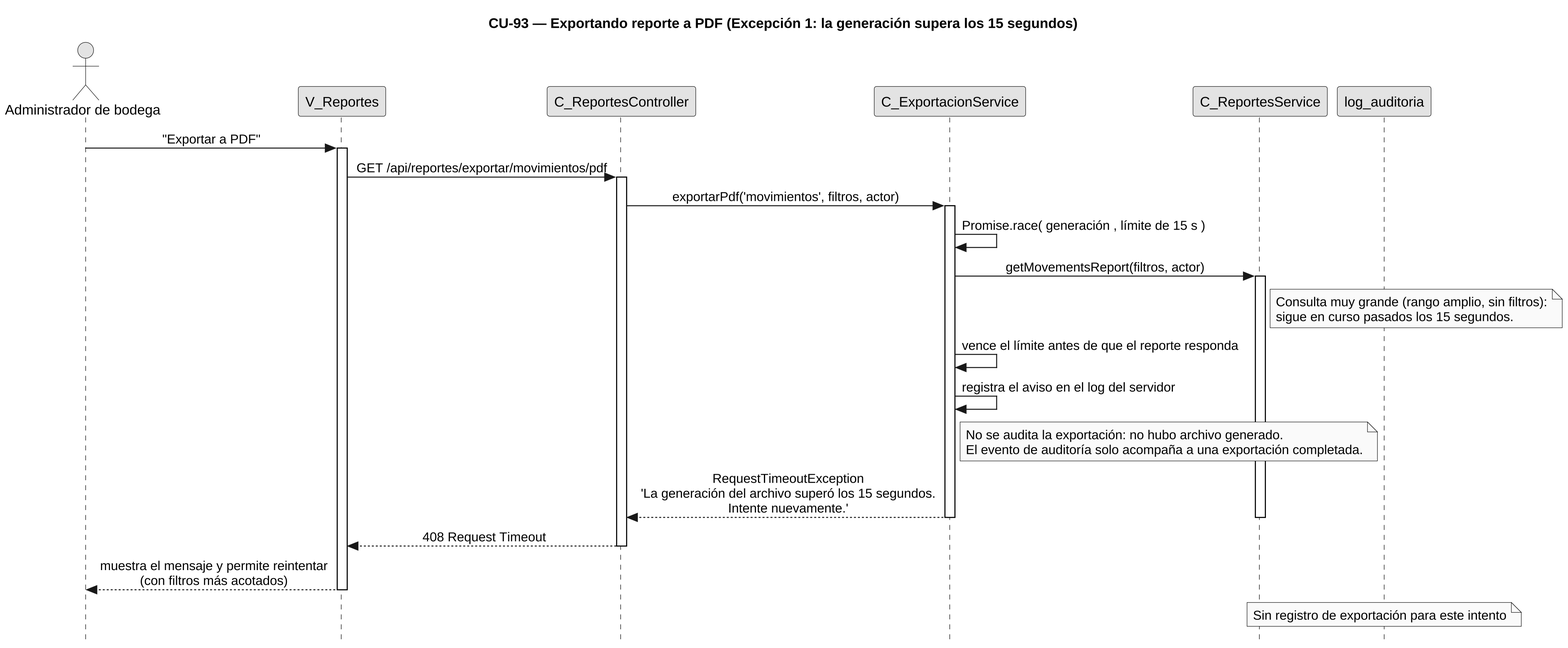
This is diagramas/diagramas-secuencia/CU93/CU93-exc-timeout.png from FSM-Finet-y-Cable-Magico/Team_1-Inventario-y-Bodega, a PlantUML export, as it was before one commit.
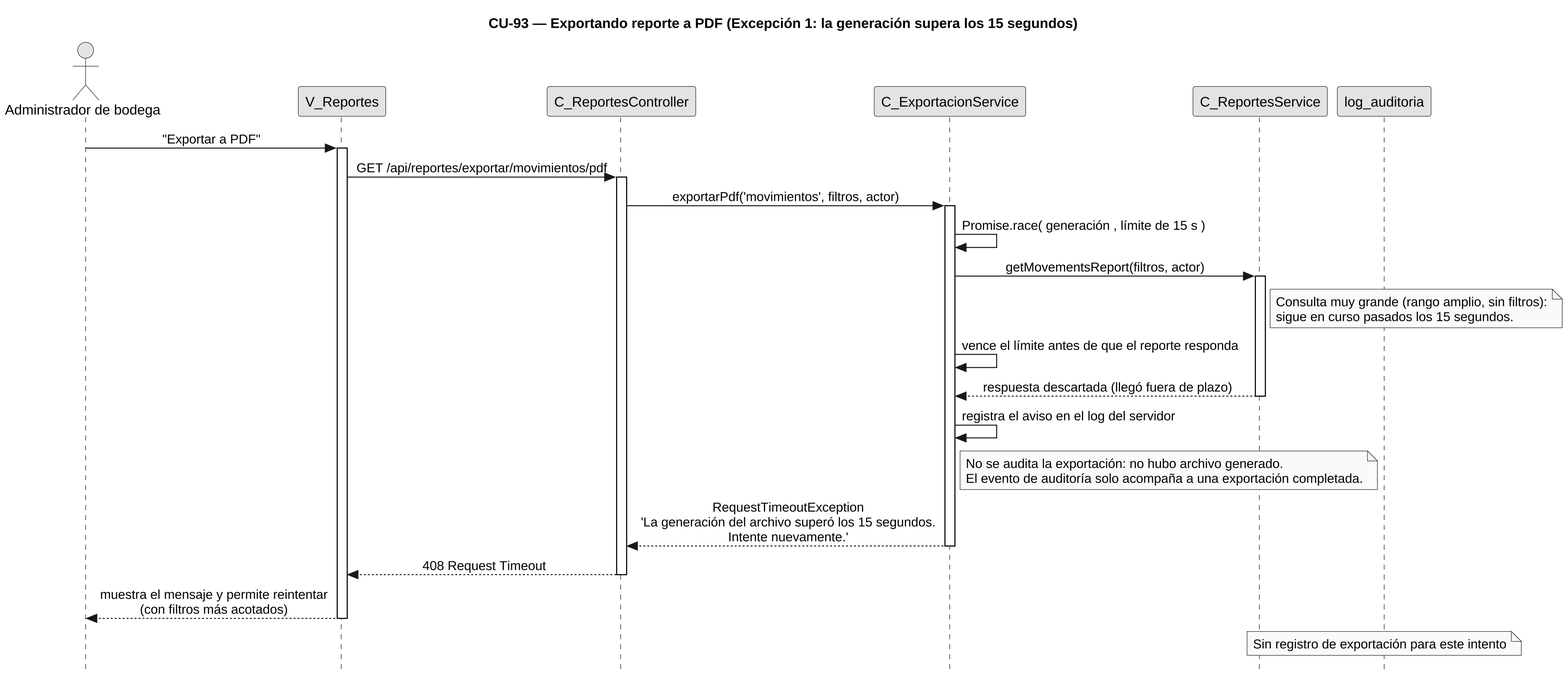
Later version of the same file.

The edit, as a diff of the source:
```diff
@@ -52,6 +52,8 @@
 end note
 
 exp -> exp : vence el límite antes de que el reporte responda
+rep --> exp : respuesta descartada (llegó fuera de plazo)
+deactivate rep
 exp -> exp : registra el aviso en el log del servidor
 
 note right of exp
@@ -61,7 +63,6 @@
 
 exp --> ctrl : RequestTimeoutException\n'La generación del archivo superó los 15 segundos.\nIntente nuevamente.'
 deactivate exp
-deactivate rep
 ctrl --> vista : 408 Request Timeout
 deactivate ctrl
 vista --> adm : muestra el mensaje y permite reintentar\n(con filtros más acotados)
```
